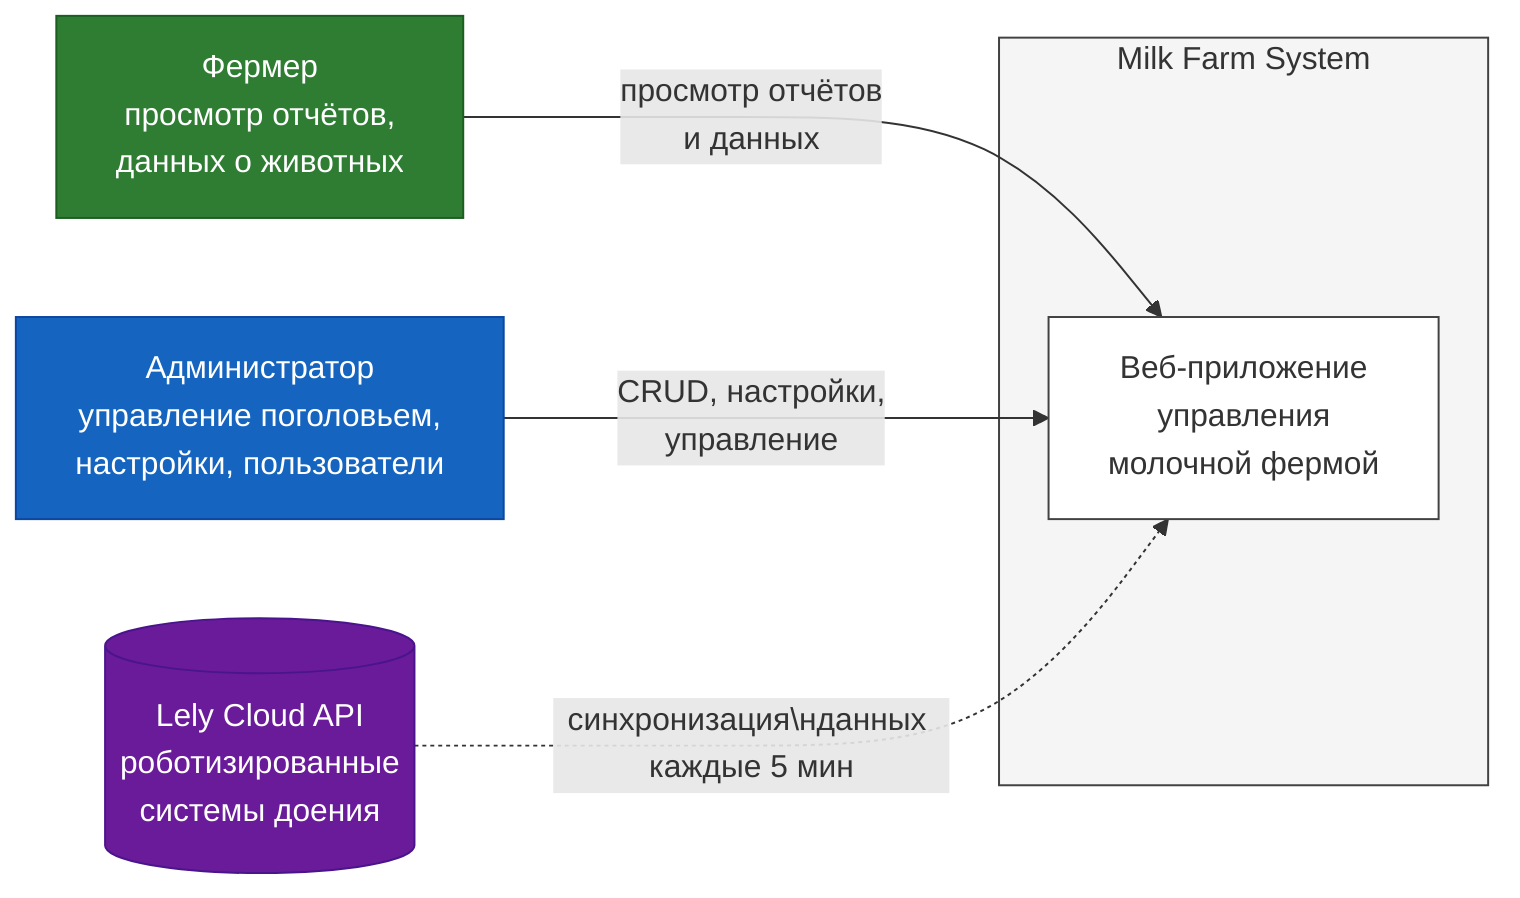
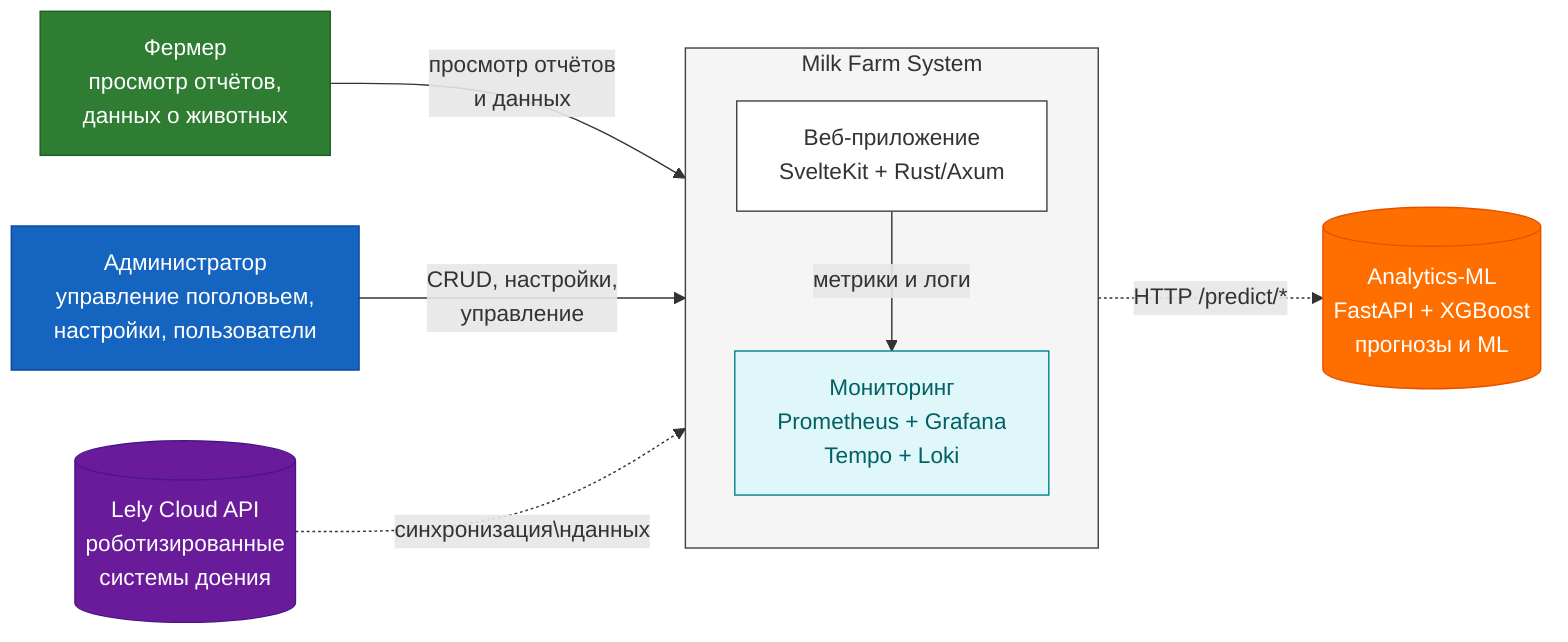
flowchart LR
    Farmer["Фермер\nпросмотр отчётов,\nданных о животных"]
    Admin["Администратор\nуправление поголовьем,\nнастройки, пользователи"]
    LelyCloud[("Lely Cloud API\nроботизированные\nсистемы доения")]
+     MLSvc[("Analytics-ML\nFastAPI + XGBoost\nпрогнозы и ML")]

    subgraph System["Milk Farm System"]
-         App["Веб-приложение\nуправления\nмолочной фермой"]
+         direction TB
+         Web["Веб-приложение\nSvelteKit + Rust/Axum"]
+         Monitoring[" Мониторинг\nPrometheus + Grafana\nTempo + Loki"]
    end

-     Farmer -->|"просмотр отчётов\nи данных"| App
-     Admin -->|"CRUD, настройки,\nуправление"| App
-     LelyCloud -.->|"синхронизация\нданных каждые 5 мин"| App
+     Farmer -->|"просмотр отчётов\nи данных"| Web
+     Admin -->|"CRUD, настройки,\nуправление"| Web
+     LelyCloud -.->|"синхронизация\нданных"| Web
+     Web -.->|"HTTP /predict/*"| MLSvc
+     Web -->|"метрики и логи"| Monitoring

    style Farmer fill:#2e7d32,stroke:#1b5e20,color:#fff
    style Admin fill:#1565c0,stroke:#0d47a1,color:#fff
    style LelyCloud fill:#6a1b9a,stroke:#4a148c,color:#fff
+     style MLSvc fill:#ff6f00,stroke:#e65100,color:#fff
    style System fill:#f5f5f5,stroke:#424242,color:#333
-     style App fill:#fff,stroke:#424242,color:#333+     style Web fill:#fff,stroke:#424242,color:#333
+     style Monitoring fill:#e0f7fa,stroke:#00838f,color:#006064
